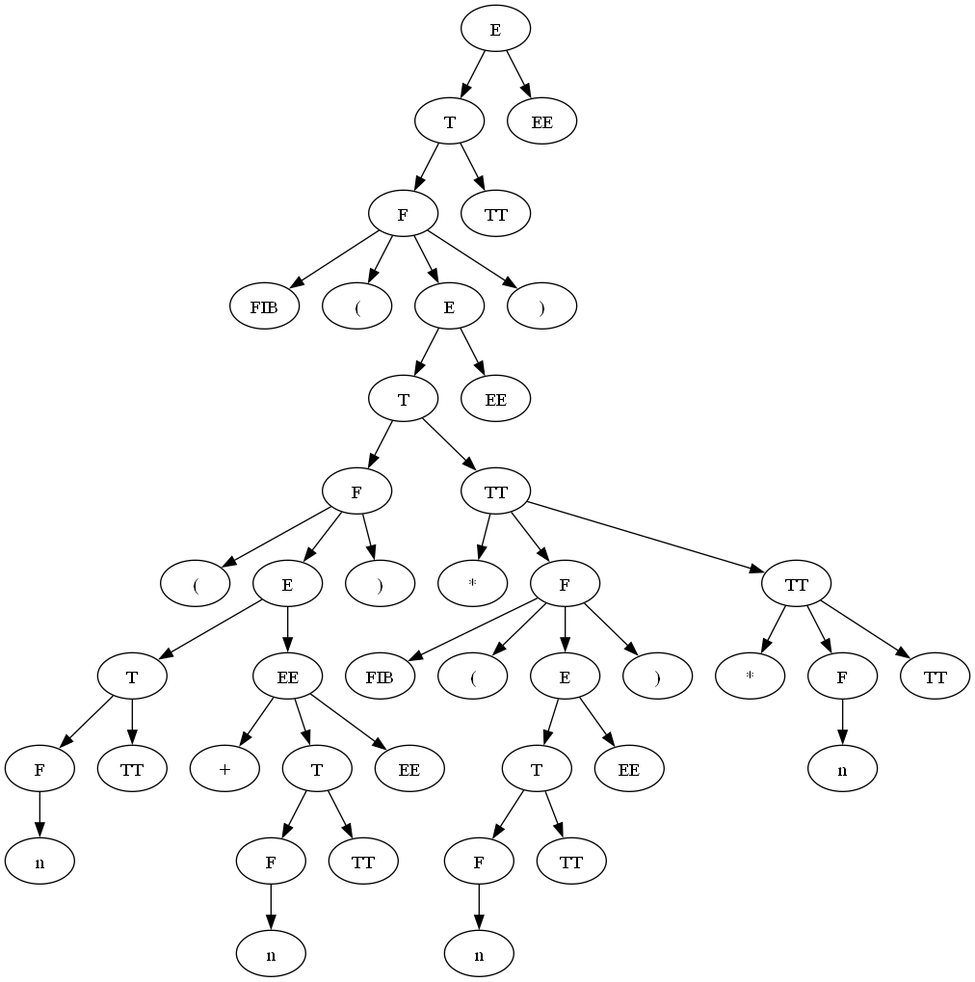
Above: lab4/graphA4.png in Ultimatereo/MT (Graphviz), before the change. Its source is kept beside it as lab4/graphA4.dot. Source of this version:
```dot
digraph ParserResult {
"NonTerminal[name=E]_117" [label="E"]
"NonTerminal[name=T]_115" [label="T"]
"NonTerminal[name=E]_117"->"NonTerminal[name=T]_115";
"NonTerminal[name=T]_115" [label="T"]
"NonTerminal[name=F]_113" [label="F"]
"NonTerminal[name=T]_115"->"NonTerminal[name=F]_113";
"NonTerminal[name=F]_113" [label="F"]
"Token{name='FIB', value='fib'}_75" [label="FIB"]
"NonTerminal[name=F]_113"->"Token{name='FIB', value='fib'}_75";
"Token{name='FIB', value='fib'}_75" [label="FIB"]
"Token{name='(', value='('}_76" [label="("]
"NonTerminal[name=F]_113"->"Token{name='(', value='('}_76";
"Token{name='(', value='('}_76" [label="("]
"NonTerminal[name=E]_111" [label="E"]
"NonTerminal[name=F]_113"->"NonTerminal[name=E]_111";
"NonTerminal[name=E]_111" [label="E"]
"NonTerminal[name=T]_109" [label="T"]
"NonTerminal[name=E]_111"->"NonTerminal[name=T]_109";
"NonTerminal[name=T]_109" [label="T"]
"NonTerminal[name=F]_91" [label="F"]
"NonTerminal[name=T]_109"->"NonTerminal[name=F]_91";
"NonTerminal[name=F]_91" [label="F"]
"Token{name='(', value='('}_77" [label="("]
"NonTerminal[name=F]_91"->"Token{name='(', value='('}_77";
"Token{name='(', value='('}_77" [label="("]
"NonTerminal[name=E]_89" [label="E"]
"NonTerminal[name=F]_91"->"NonTerminal[name=E]_89";
"NonTerminal[name=E]_89" [label="E"]
"NonTerminal[name=T]_81" [label="T"]
"NonTerminal[name=E]_89"->"NonTerminal[name=T]_81";
"NonTerminal[name=T]_81" [label="T"]
"NonTerminal[name=F]_79" [label="F"]
"NonTerminal[name=T]_81"->"NonTerminal[name=F]_79";
"NonTerminal[name=F]_79" [label="F"]
"Token{name='n', value='1'}_78" [label="n"]
"NonTerminal[name=F]_79"->"Token{name='n', value='1'}_78";
"Token{name='n', value='1'}_78" [label="n"]
"NonTerminal[name=TT]_80" [label="TT"]
"NonTerminal[name=T]_81"->"NonTerminal[name=TT]_80";
"NonTerminal[name=TT]_80" [label="TT"]
"NonTerminal[name=EE]_88" [label="EE"]
"NonTerminal[name=E]_89"->"NonTerminal[name=EE]_88";
"NonTerminal[name=EE]_88" [label="EE"]
"Token{name='+', value='+'}_82" [label="+"]
"NonTerminal[name=EE]_88"->"Token{name='+', value='+'}_82";
"Token{name='+', value='+'}_82" [label="+"]
"NonTerminal[name=T]_86" [label="T"]
"NonTerminal[name=EE]_88"->"NonTerminal[name=T]_86";
"NonTerminal[name=T]_86" [label="T"]
"NonTerminal[name=F]_84" [label="F"]
"NonTerminal[name=T]_86"->"NonTerminal[name=F]_84";
"NonTerminal[name=F]_84" [label="F"]
"Token{name='n', value='2'}_83" [label="n"]
"NonTerminal[name=F]_84"->"Token{name='n', value='2'}_83";
"Token{name='n', value='2'}_83" [label="n"]
"NonTerminal[name=TT]_85" [label="TT"]
"NonTerminal[name=T]_86"->"NonTerminal[name=TT]_85";
"NonTerminal[name=TT]_85" [label="TT"]
"NonTerminal[name=EE]_87" [label="EE"]
"NonTerminal[name=EE]_88"->"NonTerminal[name=EE]_87";
"NonTerminal[name=EE]_87" [label="EE"]
"Token{name=')', value=')'}_90" [label=")"]
"NonTerminal[name=F]_91"->"Token{name=')', value=')'}_90";
"Token{name=')', value=')'}_90" [label=")"]
"NonTerminal[name=TT]_108" [label="TT"]
"NonTerminal[name=T]_109"->"NonTerminal[name=TT]_108";
"NonTerminal[name=TT]_108" [label="TT"]
"Token{name='*', value='*'}_92" [label="*"]
"NonTerminal[name=TT]_108"->"Token{name='*', value='*'}_92";
"Token{name='*', value='*'}_92" [label="*"]
"NonTerminal[name=F]_102" [label="F"]
"NonTerminal[name=TT]_108"->"NonTerminal[name=F]_102";
"NonTerminal[name=F]_102" [label="F"]
"Token{name='FIB', value='fib'}_93" [label="FIB"]
"NonTerminal[name=F]_102"->"Token{name='FIB', value='fib'}_93";
"Token{name='FIB', value='fib'}_93" [label="FIB"]
"Token{name='(', value='('}_94" [label="("]
"NonTerminal[name=F]_102"->"Token{name='(', value='('}_94";
"Token{name='(', value='('}_94" [label="("]
"NonTerminal[name=E]_100" [label="E"]
"NonTerminal[name=F]_102"->"NonTerminal[name=E]_100";
"NonTerminal[name=E]_100" [label="E"]
"NonTerminal[name=T]_98" [label="T"]
"NonTerminal[name=E]_100"->"NonTerminal[name=T]_98";
"NonTerminal[name=T]_98" [label="T"]
"NonTerminal[name=F]_96" [label="F"]
"NonTerminal[name=T]_98"->"NonTerminal[name=F]_96";
"NonTerminal[name=F]_96" [label="F"]
"Token{name='n', value='3'}_95" [label="n"]
"NonTerminal[name=F]_96"->"Token{name='n', value='3'}_95";
"Token{name='n', value='3'}_95" [label="n"]
"NonTerminal[name=TT]_97" [label="TT"]
"NonTerminal[name=T]_98"->"NonTerminal[name=TT]_97";
"NonTerminal[name=TT]_97" [label="TT"]
"NonTerminal[name=EE]_99" [label="EE"]
"NonTerminal[name=E]_100"->"NonTerminal[name=EE]_99";
"NonTerminal[name=EE]_99" [label="EE"]
"Token{name=')', value=')'}_101" [label=")"]
"NonTerminal[name=F]_102"->"Token{name=')', value=')'}_101";
"Token{name=')', value=')'}_101" [label=")"]
"NonTerminal[name=TT]_107" [label="TT"]
"NonTerminal[name=TT]_108"->"NonTerminal[name=TT]_107";
"NonTerminal[name=TT]_107" [label="TT"]
"Token{name='*', value='*'}_103" [label="*"]
"NonTerminal[name=TT]_107"->"Token{name='*', value='*'}_103";
"Token{name='*', value='*'}_103" [label="*"]
"NonTerminal[name=F]_105" [label="F"]
"NonTerminal[name=TT]_107"->"NonTerminal[name=F]_105";
"NonTerminal[name=F]_105" [label="F"]
"Token{name='n', value='2'}_104" [label="n"]
"NonTerminal[name=F]_105"->"Token{name='n', value='2'}_104";
"Token{name='n', value='2'}_104" [label="n"]
"NonTerminal[name=TT]_106" [label="TT"]
"NonTerminal[name=TT]_107"->"NonTerminal[name=TT]_106";
"NonTerminal[name=TT]_106" [label="TT"]
"NonTerminal[name=EE]_110" [label="EE"]
"NonTerminal[name=E]_111"->"NonTerminal[name=EE]_110";
"NonTerminal[name=EE]_110" [label="EE"]
"Token{name=')', value=')'}_112" [label=")"]
"NonTerminal[name=F]_113"->"Token{name=')', value=')'}_112";
"Token{name=')', value=')'}_112" [label=")"]
"NonTerminal[name=TT]_114" [label="TT"]
"NonTerminal[name=T]_115"->"NonTerminal[name=TT]_114";
"NonTerminal[name=TT]_114" [label="TT"]
"NonTerminal[name=EE]_116" [label="EE"]
"NonTerminal[name=E]_117"->"NonTerminal[name=EE]_116";
"NonTerminal[name=EE]_116" [label="EE"]
}
```
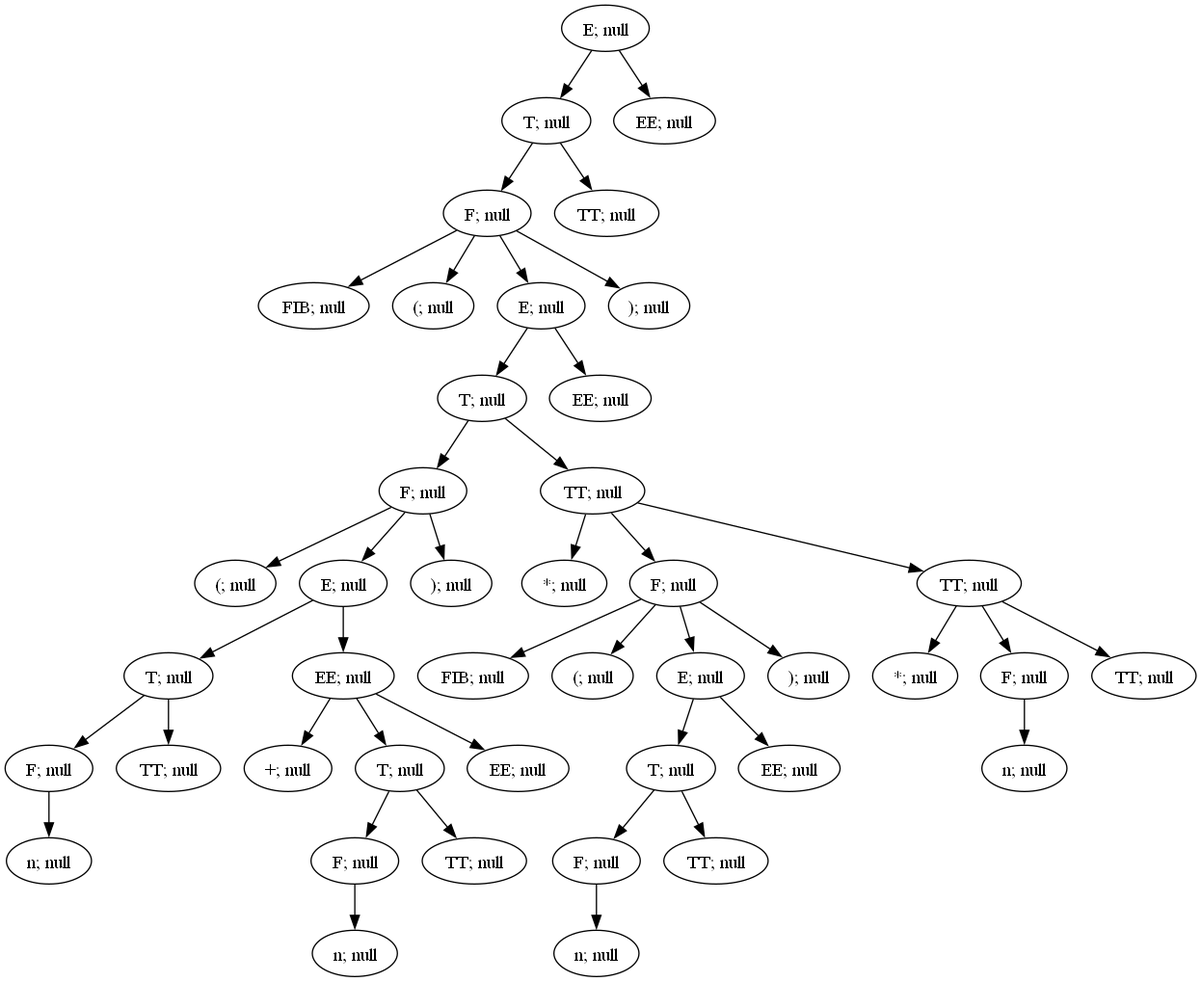
The same diagram one commit later.

Diff of the diagram source:
```diff
@@ -1,129 +1,129 @@
 digraph ParserResult {
-"NonTerminal[name=E]_117" [label="E"]
-"NonTerminal[name=T]_115" [label="T"]
+"NonTerminal[name=E]_117" [label="E; null"]
+"NonTerminal[name=T]_115" [label="T; null"]
 "NonTerminal[name=E]_117"->"NonTerminal[name=T]_115";
-"NonTerminal[name=T]_115" [label="T"]
-"NonTerminal[name=F]_113" [label="F"]
+"NonTerminal[name=T]_115" [label="T; null"]
+"NonTerminal[name=F]_113" [label="F; null"]
 "NonTerminal[name=T]_115"->"NonTerminal[name=F]_113";
-"NonTerminal[name=F]_113" [label="F"]
-"Token{name='FIB', value='fib'}_75" [label="FIB"]
+"NonTerminal[name=F]_113" [label="F; null"]
+"Token{name='FIB', value='fib'}_75" [label="FIB; null"]
 "NonTerminal[name=F]_113"->"Token{name='FIB', value='fib'}_75";
-"Token{name='FIB', value='fib'}_75" [label="FIB"]
-"Token{name='(', value='('}_76" [label="("]
+"Token{name='FIB', value='fib'}_75" [label="FIB; null"]
+"Token{name='(', value='('}_76" [label="(; null"]
 "NonTerminal[name=F]_113"->"Token{name='(', value='('}_76";
-"Token{name='(', value='('}_76" [label="("]
-"NonTerminal[name=E]_111" [label="E"]
+"Token{name='(', value='('}_76" [label="(; null"]
+"NonTerminal[name=E]_111" [label="E; null"]
 "NonTerminal[name=F]_113"->"NonTerminal[name=E]_111";
-"NonTerminal[name=E]_111" [label="E"]
-"NonTerminal[name=T]_109" [label="T"]
+"NonTerminal[name=E]_111" [label="E; null"]
+"NonTerminal[name=T]_109" [label="T; null"]
 "NonTerminal[name=E]_111"->"NonTerminal[name=T]_109";
-"NonTerminal[name=T]_109" [label="T"]
-"NonTerminal[name=F]_91" [label="F"]
+"NonTerminal[name=T]_109" [label="T; null"]
+"NonTerminal[name=F]_91" [label="F; null"]
 "NonTerminal[name=T]_109"->"NonTerminal[name=F]_91";
-"NonTerminal[name=F]_91" [label="F"]
-"Token{name='(', value='('}_77" [label="("]
+"NonTerminal[name=F]_91" [label="F; null"]
+"Token{name='(', value='('}_77" [label="(; null"]
 "NonTerminal[name=F]_91"->"Token{name='(', value='('}_77";
-"Token{name='(', value='('}_77" [label="("]
-"NonTerminal[name=E]_89" [label="E"]
+"Token{name='(', value='('}_77" [label="(; null"]
+"NonTerminal[name=E]_89" [label="E; null"]
 "NonTerminal[name=F]_91"->"NonTerminal[name=E]_89";
-"NonTerminal[name=E]_89" [label="E"]
-"NonTerminal[name=T]_81" [label="T"]
+"NonTerminal[name=E]_89" [label="E; null"]
+"NonTerminal[name=T]_81" [label="T; null"]
 "NonTerminal[name=E]_89"->"NonTerminal[name=T]_81";
-"NonTerminal[name=T]_81" [label="T"]
-"NonTerminal[name=F]_79" [label="F"]
+"NonTerminal[name=T]_81" [label="T; null"]
+"NonTerminal[name=F]_79" [label="F; null"]
 "NonTerminal[name=T]_81"->"NonTerminal[name=F]_79";
-"NonTerminal[name=F]_79" [label="F"]
-"Token{name='n', value='1'}_78" [label="n"]
+"NonTerminal[name=F]_79" [label="F; null"]
+"Token{name='n', value='1'}_78" [label="n; null"]
 "NonTerminal[name=F]_79"->"Token{name='n', value='1'}_78";
-"Token{name='n', value='1'}_78" [label="n"]
-"NonTerminal[name=TT]_80" [label="TT"]
+"Token{name='n', value='1'}_78" [label="n; null"]
+"NonTerminal[name=TT]_80" [label="TT; null"]
 "NonTerminal[name=T]_81"->"NonTerminal[name=TT]_80";
-"NonTerminal[name=TT]_80" [label="TT"]
-"NonTerminal[name=EE]_88" [label="EE"]
+"NonTerminal[name=TT]_80" [label="TT; null"]
+"NonTerminal[name=EE]_88" [label="EE; null"]
 "NonTerminal[name=E]_89"->"NonTerminal[name=EE]_88";
-"NonTerminal[name=EE]_88" [label="EE"]
-"Token{name='+', value='+'}_82" [label="+"]
+"NonTerminal[name=EE]_88" [label="EE; null"]
+"Token{name='+', value='+'}_82" [label="+; null"]
 "NonTerminal[name=EE]_88"->"Token{name='+', value='+'}_82";
-"Token{name='+', value='+'}_82" [label="+"]
-"NonTerminal[name=T]_86" [label="T"]
+"Token{name='+', value='+'}_82" [label="+; null"]
+"NonTerminal[name=T]_86" [label="T; null"]
 "NonTerminal[name=EE]_88"->"NonTerminal[name=T]_86";
-"NonTerminal[name=T]_86" [label="T"]
-"NonTerminal[name=F]_84" [label="F"]
+"NonTerminal[name=T]_86" [label="T; null"]
+"NonTerminal[name=F]_84" [label="F; null"]
 "NonTerminal[name=T]_86"->"NonTerminal[name=F]_84";
-"NonTerminal[name=F]_84" [label="F"]
-"Token{name='n', value='2'}_83" [label="n"]
+"NonTerminal[name=F]_84" [label="F; null"]
+"Token{name='n', value='2'}_83" [label="n; null"]
 "NonTerminal[name=F]_84"->"Token{name='n', value='2'}_83";
-"Token{name='n', value='2'}_83" [label="n"]
-"NonTerminal[name=TT]_85" [label="TT"]
+"Token{name='n', value='2'}_83" [label="n; null"]
+"NonTerminal[name=TT]_85" [label="TT; null"]
 "NonTerminal[name=T]_86"->"NonTerminal[name=TT]_85";
-"NonTerminal[name=TT]_85" [label="TT"]
-"NonTerminal[name=EE]_87" [label="EE"]
+"NonTerminal[name=TT]_85" [label="TT; null"]
+"NonTerminal[name=EE]_87" [label="EE; null"]
 "NonTerminal[name=EE]_88"->"NonTerminal[name=EE]_87";
-"NonTerminal[name=EE]_87" [label="EE"]
-"Token{name=')', value=')'}_90" [label=")"]
+"NonTerminal[name=EE]_87" [label="EE; null"]
+"Token{name=')', value=')'}_90" [label="); null"]
 "NonTerminal[name=F]_91"->"Token{name=')', value=')'}_90";
-"Token{name=')', value=')'}_90" [label=")"]
-"NonTerminal[name=TT]_108" [label="TT"]
+"Token{name=')', value=')'}_90" [label="); null"]
+"NonTerminal[name=TT]_108" [label="TT; null"]
 "NonTerminal[name=T]_109"->"NonTerminal[name=TT]_108";
-"NonTerminal[name=TT]_108" [label="TT"]
-"Token{name='*', value='*'}_92" [label="*"]
+"NonTerminal[name=TT]_108" [label="TT; null"]
+"Token{name='*', value='*'}_92" [label="*; null"]
 "NonTerminal[name=TT]_108"->"Token{name='*', value='*'}_92";
-"Token{name='*', value='*'}_92" [label="*"]
-"NonTerminal[name=F]_102" [label="F"]
+"Token{name='*', value='*'}_92" [label="*; null"]
+"NonTerminal[name=F]_102" [label="F; null"]
 "NonTerminal[name=TT]_108"->"NonTerminal[name=F]_102";
-"NonTerminal[name=F]_102" [label="F"]
-"Token{name='FIB', value='fib'}_93" [label="FIB"]
+"NonTerminal[name=F]_102" [label="F; null"]
+"Token{name='FIB', value='fib'}_93" [label="FIB; null"]
 "NonTerminal[name=F]_102"->"Token{name='FIB', value='fib'}_93";
-"Token{name='FIB', value='fib'}_93" [label="FIB"]
-"Token{name='(', value='('}_94" [label="("]
+"Token{name='FIB', value='fib'}_93" [label="FIB; null"]
+"Token{name='(', value='('}_94" [label="(; null"]
 "NonTerminal[name=F]_102"->"Token{name='(', value='('}_94";
-"Token{name='(', value='('}_94" [label="("]
-"NonTerminal[name=E]_100" [label="E"]
+"Token{name='(', value='('}_94" [label="(; null"]
+"NonTerminal[name=E]_100" [label="E; null"]
 "NonTerminal[name=F]_102"->"NonTerminal[name=E]_100";
-"NonTerminal[name=E]_100" [label="E"]
-"NonTerminal[name=T]_98" [label="T"]
+"NonTerminal[name=E]_100" [label="E; null"]
+"NonTerminal[name=T]_98" [label="T; null"]
 "NonTerminal[name=E]_100"->"NonTerminal[name=T]_98";
-"NonTerminal[name=T]_98" [label="T"]
-"NonTerminal[name=F]_96" [label="F"]
+"NonTerminal[name=T]_98" [label="T; null"]
+"NonTerminal[name=F]_96" [label="F; null"]
 "NonTerminal[name=T]_98"->"NonTerminal[name=F]_96";
-"NonTerminal[name=F]_96" [label="F"]
-"Token{name='n', value='3'}_95" [label="n"]
+"NonTerminal[name=F]_96" [label="F; null"]
+"Token{name='n', value='3'}_95" [label="n; null"]
 "NonTerminal[name=F]_96"->"Token{name='n', value='3'}_95";
-"Token{name='n', value='3'}_95" [label="n"]
-"NonTerminal[name=TT]_97" [label="TT"]
+"Token{name='n', value='3'}_95" [label="n; null"]
+"NonTerminal[name=TT]_97" [label="TT; null"]
 "NonTerminal[name=T]_98"->"NonTerminal[name=TT]_97";
-"NonTerminal[name=TT]_97" [label="TT"]
-"NonTerminal[name=EE]_99" [label="EE"]
+"NonTerminal[name=TT]_97" [label="TT; null"]
+"NonTerminal[name=EE]_99" [label="EE; null"]
 "NonTerminal[name=E]_100"->"NonTerminal[name=EE]_99";
-"NonTerminal[name=EE]_99" [label="EE"]
-"Token{name=')', value=')'}_101" [label=")"]
+"NonTerminal[name=EE]_99" [label="EE; null"]
+"Token{name=')', value=')'}_101" [label="); null"]
 "NonTerminal[name=F]_102"->"Token{name=')', value=')'}_101";
-"Token{name=')', value=')'}_101" [label=")"]
-"NonTerminal[name=TT]_107" [label="TT"]
+"Token{name=')', value=')'}_101" [label="); null"]
+"NonTerminal[name=TT]_107" [label="TT; null"]
 "NonTerminal[name=TT]_108"->"NonTerminal[name=TT]_107";
-"NonTerminal[name=TT]_107" [label="TT"]
-"Token{name='*', value='*'}_103" [label="*"]
+"NonTerminal[name=TT]_107" [label="TT; null"]
+"Token{name='*', value='*'}_103" [label="*; null"]
 "NonTerminal[name=TT]_107"->"Token{name='*', value='*'}_103";
-"Token{name='*', value='*'}_103" [label="*"]
-"NonTerminal[name=F]_105" [label="F"]
+"Token{name='*', value='*'}_103" [label="*; null"]
+"NonTerminal[name=F]_105" [label="F; null"]
 "NonTerminal[name=TT]_107"->"NonTerminal[name=F]_105";
-"NonTerminal[name=F]_105" [label="F"]
-"Token{name='n', value='2'}_104" [label="n"]
+"NonTerminal[name=F]_105" [label="F; null"]
+"Token{name='n', value='2'}_104" [label="n; null"]
 "NonTerminal[name=F]_105"->"Token{name='n', value='2'}_104";
-"Token{name='n', value='2'}_104" [label="n"]
-"NonTerminal[name=TT]_106" [label="TT"]
+"Token{name='n', value='2'}_104" [label="n; null"]
+"NonTerminal[name=TT]_106" [label="TT; null"]
 "NonTerminal[name=TT]_107"->"NonTerminal[name=TT]_106";
-"NonTerminal[name=TT]_106" [label="TT"]
-"NonTerminal[name=EE]_110" [label="EE"]
+"NonTerminal[name=TT]_106" [label="TT; null"]
+"NonTerminal[name=EE]_110" [label="EE; null"]
 "NonTerminal[name=E]_111"->"NonTerminal[name=EE]_110";
-"NonTerminal[name=EE]_110" [label="EE"]
-"Token{name=')', value=')'}_112" [label=")"]
+"NonTerminal[name=EE]_110" [label="EE; null"]
+"Token{name=')', value=')'}_112" [label="); null"]
 "NonTerminal[name=F]_113"->"Token{name=')', value=')'}_112";
-"Token{name=')', value=')'}_112" [label=")"]
-"NonTerminal[name=TT]_114" [label="TT"]
+"Token{name=')', value=')'}_112" [label="); null"]
+"NonTerminal[name=TT]_114" [label="TT; null"]
 "NonTerminal[name=T]_115"->"NonTerminal[name=TT]_114";
-"NonTerminal[name=TT]_114" [label="TT"]
-"NonTerminal[name=EE]_116" [label="EE"]
+"NonTerminal[name=TT]_114" [label="TT; null"]
+"NonTerminal[name=EE]_116" [label="EE; null"]
 "NonTerminal[name=E]_117"->"NonTerminal[name=EE]_116";
-"NonTerminal[name=EE]_116" [label="EE"]
+"NonTerminal[name=EE]_116" [label="EE; null"]
 }
```
